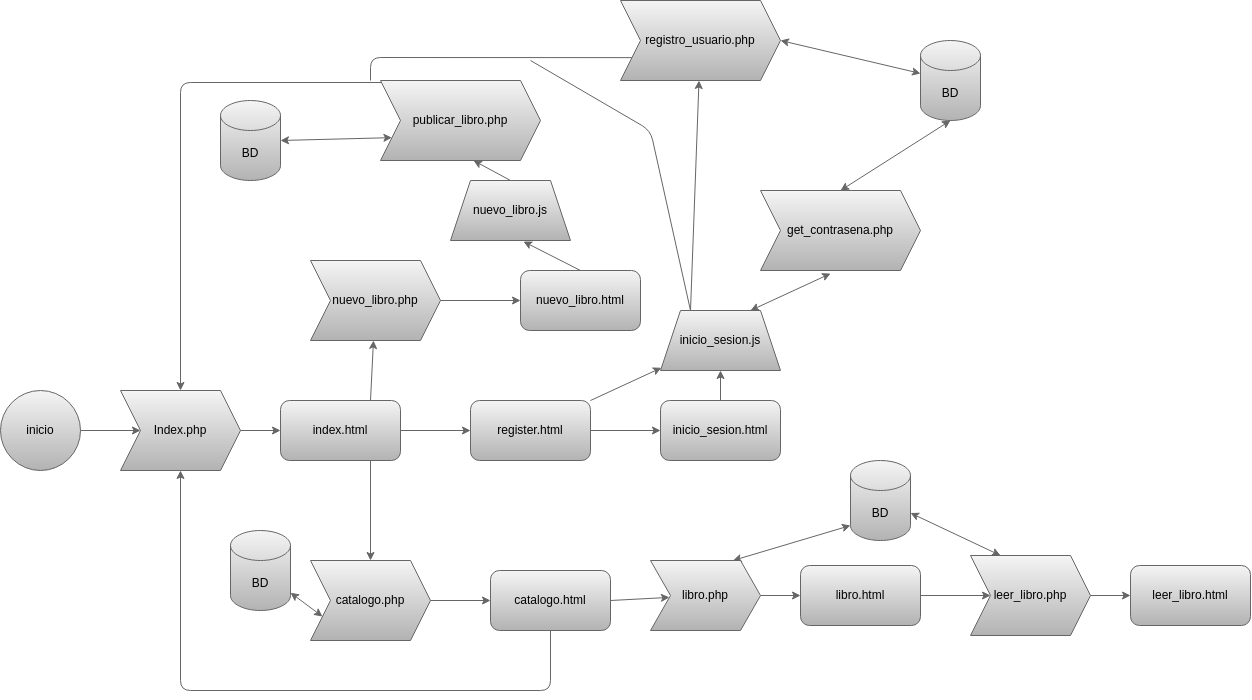
The draw.io diagram documentacion/diagrama_paginas.png in Calcoph/docker-lamp, before a commit. Source tidied: cells renumbered, new cells last; positions are measured from the earlier drawing's top-left corner, leaving out a move shared by most shapes.
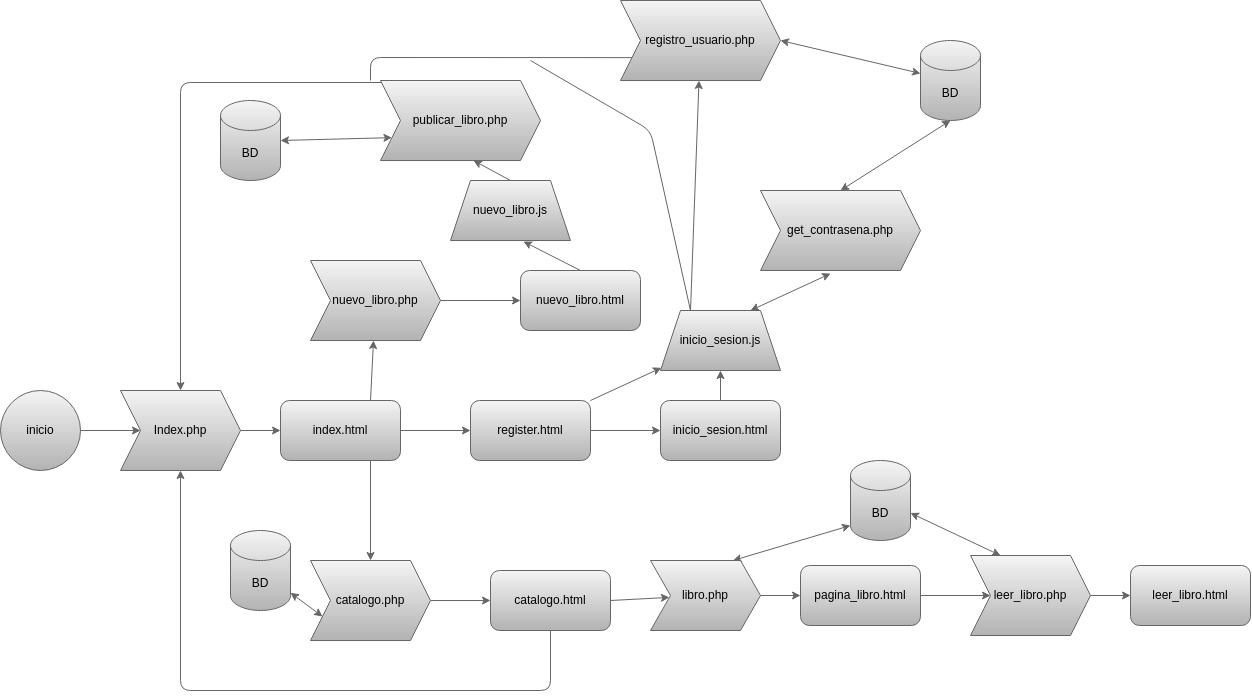
After the change.

Commit message:
arreglar errata

What changed in the source:
```diff
@@ -144,7 +144,7 @@
     <mxCell id="42" style="edgeStyle=none;shape=connector;rounded=1;html=1;exitX=1;exitY=0.5;exitDx=0;exitDy=0;entryX=0;entryY=0.5;entryDx=0;entryDy=0;labelBackgroundColor=default;fontFamily=Helvetica;fontSize=12;fontColor=#000000;startArrow=none;startFill=0;endArrow=classic;endFill=1;strokeColor=#666666;fillColor=#f5f5f5;gradientColor=#b3b3b3;" parent="1" edge="1" source="43" target="46">
       <mxGeometry relative="1" as="geometry" />
     </mxCell>
-    <mxCell id="43" value="libro.html" style="rounded=1;whiteSpace=wrap;html=1;fontFamily=Helvetica;fontSize=12;fontColor=#000000;strokeColor=#666666;fillColor=#f5f5f5;gradientColor=#b3b3b3;" parent="1" vertex="1">
+    <mxCell id="43" value="pagina_libro.html" style="rounded=1;whiteSpace=wrap;html=1;fontFamily=Helvetica;fontSize=12;fontColor=#000000;strokeColor=#666666;fillColor=#f5f5f5;gradientColor=#b3b3b3;" parent="1" vertex="1">
       <mxGeometry x="800" y="565" width="120" height="60" as="geometry" />
     </mxCell>
     <mxCell id="44" style="edgeStyle=none;shape=connector;rounded=1;html=1;exitX=1;exitY=0.5;exitDx=0;exitDy=0;entryX=0;entryY=0.5;entryDx=0;entryDy=0;labelBackgroundColor=default;fontFamily=Helvetica;fontSize=12;fontColor=#000000;startArrow=none;startFill=0;endArrow=classic;endFill=1;strokeColor=#666666;fillColor=#f5f5f5;gradientColor=#b3b3b3;" parent="1" edge="1" source="46" target="49">
```
